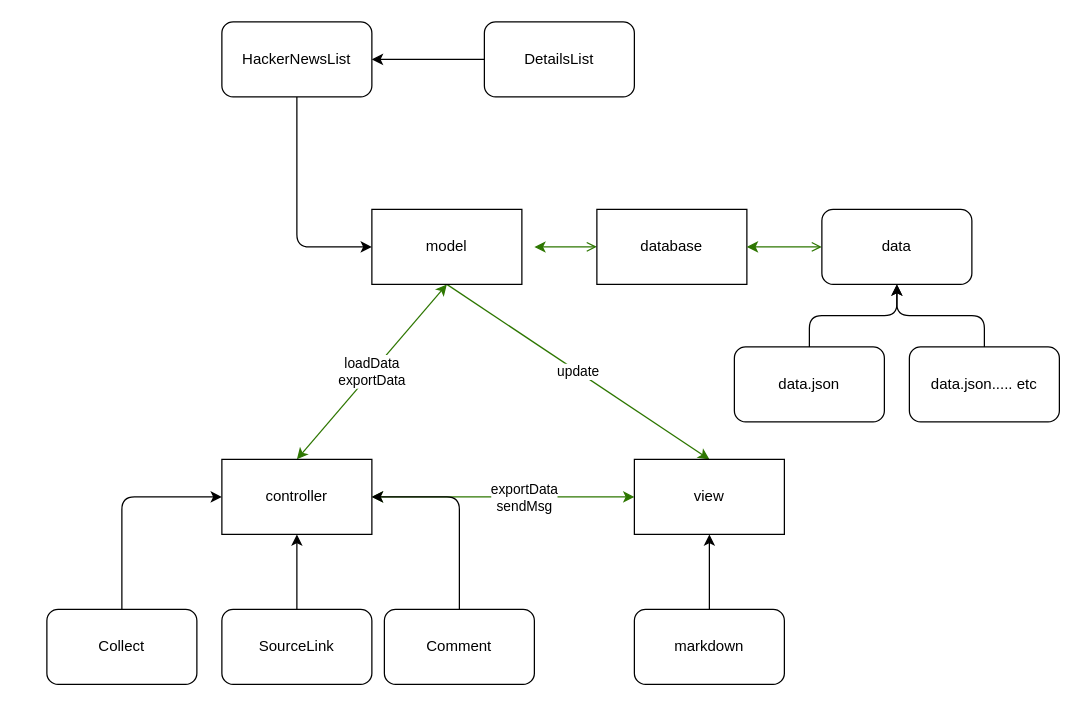
This is docs/overview.drawio from tower-town/Koala-Hacker-News, a draw.io file, before an edit. Source tidied: cells renumbered, new cells numbered last; positions are measured from the earlier drawing's top-left corner, leaving out a move shared by most shapes. Both pictures are drawn from the tidied source at 125%, with x=0, y=0 at pixel (46, 21).
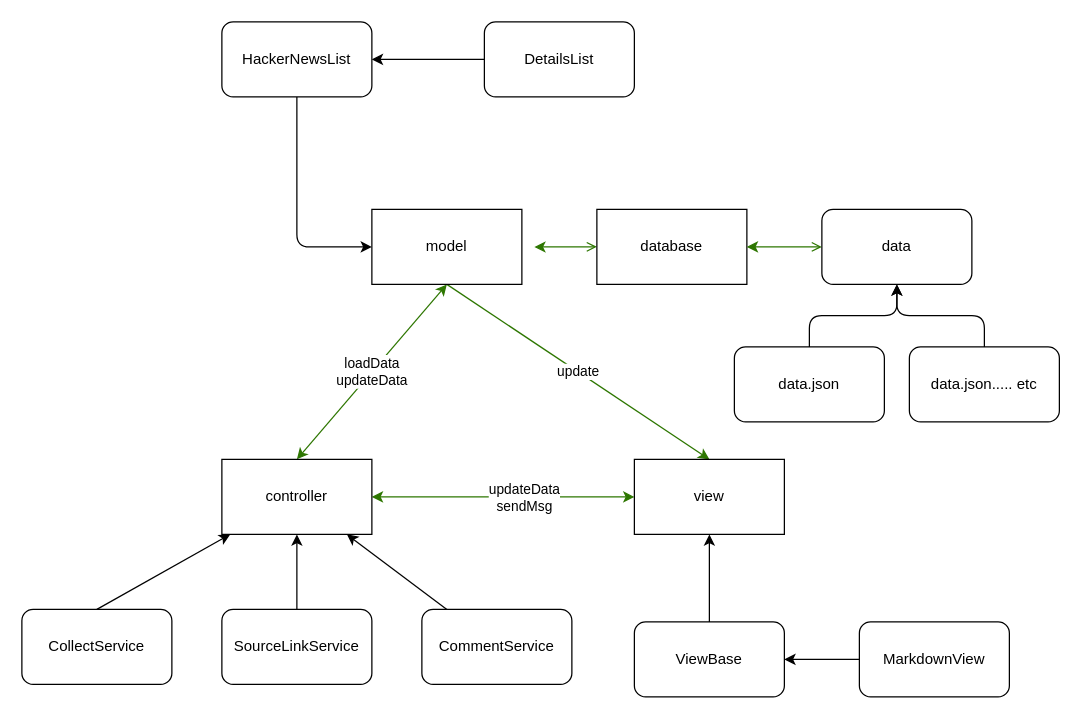
After the change.

The change refers to these unchanged cells:
```xml
<mxCell id="4" value="model" style="rounded=0;whiteSpace=wrap;html=1;" parent="1" vertex="1">
  <mxGeometry x="260" y="150" width="120" height="60" as="geometry" />
</mxCell>
<mxCell id="5" style="edgeStyle=none;html=1;exitX=1;exitY=0.5;exitDx=0;exitDy=0;entryX=0;entryY=0.5;entryDx=0;entryDy=0;startArrow=classic;startFill=1;fillColor=#60a917;strokeColor=#2D7600;" parent="1" edge="1" source="7" target="8">
  <mxGeometry relative="1" as="geometry" />
</mxCell>
<mxCell id="7" value="controller" style="rounded=0;whiteSpace=wrap;html=1;" parent="1" vertex="1">
  <mxGeometry x="140" y="350" width="120" height="60" as="geometry" />
</mxCell>
<mxCell id="8" value="view" style="rounded=0;whiteSpace=wrap;html=1;" parent="1" vertex="1">
  <mxGeometry x="470" y="350" width="120" height="60" as="geometry" />
</mxCell>
```

What changed in the source:
```diff
@@
-    <mxCell id="2" value="loadData&lt;br&gt;exportData" style="edgeStyle=none;html=1;exitX=0.5;exitY=1;exitDx=0;exitDy=0;entryX=0.5;entryY=0;entryDx=0;entryDy=0;startArrow=classic;startFill=1;fillColor=#60a917;strokeColor=#2D7600;" parent="1" edge="1" source="4" target="7">
+    <mxCell id="2" value="loadData&lt;br&gt;updateData" style="edgeStyle=none;html=1;exitX=0.5;exitY=1;exitDx=0;exitDy=0;entryX=0.5;entryY=0;entryDx=0;entryDy=0;startArrow=classic;startFill=1;fillColor=#60a917;strokeColor=#2D7600;" parent="1" edge="1" source="4" target="7">
       <mxGeometry relative="1" as="geometry" />
     </mxCell>
@@
-    <mxCell id="6" value="exportData&lt;br&gt;sendMsg" style="edgeLabel;html=1;align=center;verticalAlign=middle;" parent="5" vertex="1">
+    <mxCell id="6" value="updateData&lt;br&gt;sendMsg" style="edgeLabel;html=1;align=center;verticalAlign=middle;" parent="5" vertex="1">
       <mxGeometry x="0.33" relative="1" as="geometry">
         <mxPoint x="-19" as="offset" />
       </mxGeometry>
     </mxCell>
@@
-    <mxCell id="13" style="edgeStyle=orthogonalEdgeStyle;html=1;exitX=0.5;exitY=0;exitDx=0;exitDy=0;entryX=0;entryY=0.5;entryDx=0;entryDy=0;" parent="1" edge="1" source="14" target="7">
+    <mxCell id="13" style="edgeStyle=none;html=1;exitX=0.5;exitY=0;exitDx=0;exitDy=0;" parent="1" edge="1" source="14" target="7">
       <mxGeometry relative="1" as="geometry" />
     </mxCell>
-    <mxCell id="14" value="Collect" style="rounded=1;whiteSpace=wrap;html=1;" parent="1" vertex="1">
-      <mxGeometry y="470" width="120" height="60" as="geometry" />
+    <mxCell id="14" value="CollectService" style="rounded=1;whiteSpace=wrap;html=1;" parent="1" vertex="1">
+      <mxGeometry x="-20" y="470" width="120" height="60" as="geometry" />
     </mxCell>
-    <mxCell id="15" style="edgeStyle=orthogonalEdgeStyle;html=1;exitX=0.5;exitY=0;exitDx=0;exitDy=0;entryX=1;entryY=0.5;entryDx=0;entryDy=0;" parent="1" edge="1" source="16" target="7">
-      <mxGeometry relative="1" as="geometry">
-        <Array as="points">
-          <mxPoint x="330" y="380" />
-        </Array>
-      </mxGeometry>
+    <mxCell id="15" style="edgeStyle=none;html=1;" parent="1" edge="1" source="16" target="7">
+      <mxGeometry relative="1" as="geometry" />
     </mxCell>
-    <mxCell id="16" value="Comment" style="rounded=1;whiteSpace=wrap;html=1;" parent="1" vertex="1">
-      <mxGeometry x="270" y="470" width="120" height="60" as="geometry" />
+    <mxCell id="16" value="CommentService" style="rounded=1;whiteSpace=wrap;html=1;" parent="1" vertex="1">
+      <mxGeometry x="300" y="470" width="120" height="60" as="geometry" />
     </mxCell>
-    <mxCell id="17" style="edgeStyle=orthogonalEdgeStyle;html=1;exitX=0.5;exitY=0;exitDx=0;exitDy=0;entryX=0.5;entryY=1;entryDx=0;entryDy=0;" parent="1" edge="1" source="18" target="8">
+    <mxCell id="17" style="edgeStyle=none;html=1;" parent="1" edge="1" source="18" target="8">
       <mxGeometry relative="1" as="geometry" />
     </mxCell>
-    <mxCell id="18" value="markdown" style="rounded=1;whiteSpace=wrap;html=1;" parent="1" vertex="1">
-      <mxGeometry x="470" y="470" width="120" height="60" as="geometry" />
+    <mxCell id="18" value="ViewBase" style="rounded=1;whiteSpace=wrap;html=1;" parent="1" vertex="1">
+      <mxGeometry x="470" y="480" width="120" height="60" as="geometry" />
     </mxCell>
@@
-    <mxCell id="27" style="edgeStyle=orthogonalEdgeStyle;html=1;exitX=0.5;exitY=0;exitDx=0;exitDy=0;entryX=0.5;entryY=1;entryDx=0;entryDy=0;" parent="1" edge="1" source="28" target="7">
+    <mxCell id="27" style="edgeStyle=none;html=1;exitX=0.5;exitY=0;exitDx=0;exitDy=0;entryX=0.5;entryY=1;entryDx=0;entryDy=0;" parent="1" edge="1" source="28" target="7">
       <mxGeometry relative="1" as="geometry" />
     </mxCell>
-    <mxCell id="28" value="SourceLink" style="rounded=1;whiteSpace=wrap;html=1;" parent="1" vertex="1">
+    <mxCell id="28" value="SourceLinkService" style="rounded=1;whiteSpace=wrap;html=1;" parent="1" vertex="1">
       <mxGeometry x="140" y="470" width="120" height="60" as="geometry" />
     </mxCell>
+    <mxCell id="29" style="edgeStyle=none;html=1;" parent="1" edge="1" source="30" target="18">
+      <mxGeometry relative="1" as="geometry" />
+    </mxCell>
+    <mxCell id="30" value="MarkdownView" style="rounded=1;whiteSpace=wrap;html=1;" parent="1" vertex="1">
+      <mxGeometry x="650" y="480" width="120" height="60" as="geometry" />
+    </mxCell>
```
